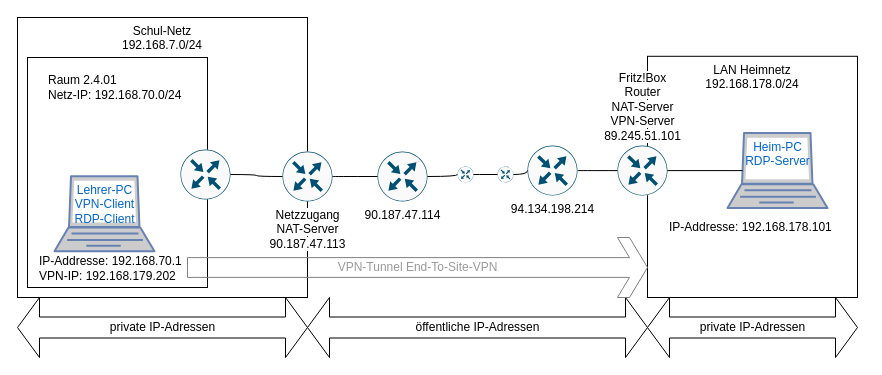
Earlier version of the draw.io diagram J01_LF3/02/Tafelbilder.drawio (9hax/Berufsschule-Mitschriften). Source tidied: cells renumbered, new cells numbered last; positions are measured from the earlier drawing's top-left corner, leaving out a move shared by most shapes. Both pictures are drawn from the tidied source at 100%, with x=0, y=0 at pixel (17, 17).
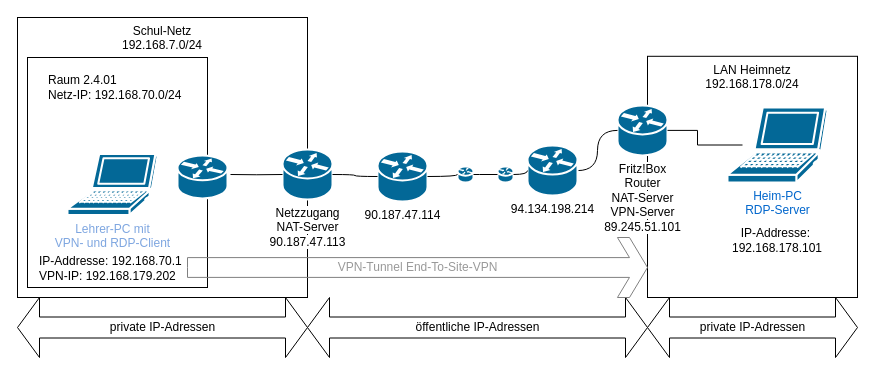
After the change.

The edit, as a diff of the source:
```diff
@@
-    <mxCell id="4" value="Lehrer-PC&lt;br&gt;VPN-Client&lt;div&gt;RDP-Client&lt;/div&gt;" style="fontColor=#0066CC;verticalAlign=top;verticalLabelPosition=middle;labelPosition=center;align=center;html=1;fillColor=#CCCCCC;strokeColor=#6881B3;gradientColor=none;gradientDirection=north;strokeWidth=2;shape=mxgraph.networks.laptop;" parent="1" vertex="1">
-      <mxGeometry x="37" y="158.8" width="100" height="75" as="geometry" />
-    </mxCell>
@@
-    <mxCell id="8" value="Heim-PC&lt;div&gt;RDP-Server&lt;/div&gt;" style="fontColor=#0066CC;verticalAlign=top;verticalLabelPosition=middle;labelPosition=center;align=center;html=1;outlineConnect=0;fillColor=#CCCCCC;strokeColor=#6881B3;gradientColor=none;gradientDirection=north;strokeWidth=2;shape=mxgraph.networks.laptop;" parent="1" vertex="1">
-      <mxGeometry x="710" y="115.6" width="100" height="75" as="geometry" />
+    <mxCell id="8" value="Heim-PC&lt;div&gt;RDP-Server&lt;/div&gt;" style="fontColor=#0066CC;verticalAlign=top;verticalLabelPosition=bottom;labelPosition=center;align=center;html=1;outlineConnect=0;fillColor=#036897;strokeColor=#ffffff;gradientColor=none;gradientDirection=north;strokeWidth=2;shape=mxgraph.cisco.computers_and_peripherals.laptop;sketch=0;dashed=0;" parent="1" vertex="1">
+      <mxGeometry x="710" y="90" width="100" height="75" as="geometry" />
     </mxCell>
-    <mxCell id="9" value="IP-Addresse: 192.168.178.101" style="text;html=1;align=left;verticalAlign=middle;whiteSpace=wrap;rounded=0;" parent="1" vertex="1">
-      <mxGeometry x="650" y="197.5" width="174.2" height="25" as="geometry" />
+    <mxCell id="9" value="IP-Addresse:&amp;nbsp;&lt;div&gt;192.168.178.101&lt;/div&gt;" style="text;html=1;align=center;verticalAlign=middle;whiteSpace=wrap;rounded=0;" parent="1" vertex="1">
+      <mxGeometry x="672.9" y="210" width="174.2" height="25" as="geometry" />
     </mxCell>
-    <mxCell id="10" value="&lt;span style=&quot;background-color: rgb(255, 255, 255);&quot;&gt;Fritz!Box&lt;/span&gt;&lt;div&gt;&lt;span style=&quot;background-color: rgb(255, 255, 255);&quot;&gt;Router&lt;/span&gt;&lt;/div&gt;&lt;div&gt;&lt;span style=&quot;background-color: rgb(255, 255, 255);&quot;&gt;NAT-Server&lt;br&gt;&lt;/span&gt;&lt;div&gt;&lt;span style=&quot;background-color: rgb(255, 255, 255);&quot;&gt;VPN-Server&lt;/span&gt;&lt;/div&gt;&lt;/div&gt;&lt;div&gt;&lt;span style=&quot;background-color: rgb(255, 255, 255);&quot;&gt;89.245.51.101&lt;/span&gt;&lt;/div&gt;" style="sketch=0;points=[[0.5,0,0],[1,0.5,0],[0.5,1,0],[0,0.5,0],[0.145,0.145,0],[0.8555,0.145,0],[0.855,0.8555,0],[0.145,0.855,0]];verticalLabelPosition=top;html=1;verticalAlign=bottom;align=center;shape=mxgraph.cisco19.rect;prIcon=router;fillColor=#FAFAFA;strokeColor=#005073;labelPosition=center;" parent="1" vertex="1">
-      <mxGeometry x="600" y="128.1" width="50" height="50" as="geometry" />
+    <mxCell id="10" value="&lt;span style=&quot;background-color: rgb(255, 255, 255);&quot;&gt;Fritz!Box&lt;/span&gt;&lt;div&gt;&lt;span style=&quot;background-color: rgb(255, 255, 255);&quot;&gt;Router&lt;/span&gt;&lt;/div&gt;&lt;div&gt;&lt;span style=&quot;background-color: rgb(255, 255, 255);&quot;&gt;NAT-Server&lt;br&gt;&lt;/span&gt;&lt;div&gt;&lt;span style=&quot;background-color: rgb(255, 255, 255);&quot;&gt;VPN-Server&lt;/span&gt;&lt;/div&gt;&lt;/div&gt;&lt;div&gt;&lt;span style=&quot;background-color: rgb(255, 255, 255);&quot;&gt;89.245.51.101&lt;/span&gt;&lt;/div&gt;" style="sketch=0;verticalLabelPosition=bottom;html=1;verticalAlign=top;align=center;shape=mxgraph.cisco.routers.router;prIcon=router;fillColor=#036897;strokeColor=#ffffff;labelPosition=center;dashed=0;strokeWidth=2;outlineConnect=0;" parent="1" vertex="1">
+      <mxGeometry x="600" y="87.9" width="50" height="50" as="geometry" />
     </mxCell>
@@
-    <mxCell id="12" style="sketch=0;points=[[0.5,0,0],[1,0.5,0],[0.5,1,0],[0,0.5,0],[0.145,0.145,0],[0.8555,0.145,0],[0.855,0.8555,0],[0.145,0.855,0]];verticalLabelPosition=bottom;html=1;verticalAlign=top;align=center;shape=mxgraph.cisco19.rect;prIcon=router;fillColor=#FAFAFA;strokeColor=#005073;" parent="1" vertex="1">
-      <mxGeometry x="163" y="132" width="50" height="50" as="geometry" />
-    </mxCell>
-    <mxCell id="13" value="&lt;span style=&quot;background-color: rgb(255, 255, 255);&quot;&gt;Netzzugang&lt;/span&gt;&lt;div&gt;&lt;span style=&quot;background-color: rgb(255, 255, 255);&quot;&gt;NAT-Server&lt;/span&gt;&lt;/div&gt;&lt;div&gt;&lt;span style=&quot;background-color: rgb(255, 255, 255);&quot;&gt;90.187.47.113&lt;/span&gt;&lt;/div&gt;" style="sketch=0;points=[[0.5,0,0],[1,0.5,0],[0.5,1,0],[0,0.5,0],[0.145,0.145,0],[0.8555,0.145,0],[0.855,0.8555,0],[0.145,0.855,0]];verticalLabelPosition=bottom;html=1;verticalAlign=top;align=center;shape=mxgraph.cisco19.rect;prIcon=router;fillColor=#FAFAFA;strokeColor=#005073;" parent="1" vertex="1">
-      <mxGeometry x="265" y="134" width="50" height="50" as="geometry" />
+    <mxCell id="13" value="&lt;span style=&quot;background-color: rgb(255, 255, 255);&quot;&gt;Netzzugang&lt;/span&gt;&lt;div&gt;&lt;span style=&quot;background-color: rgb(255, 255, 255);&quot;&gt;NAT-Server&lt;/span&gt;&lt;/div&gt;&lt;div&gt;&lt;span style=&quot;background-color: rgb(255, 255, 255);&quot;&gt;90.187.47.113&lt;/span&gt;&lt;/div&gt;" style="sketch=0;verticalLabelPosition=bottom;html=1;verticalAlign=top;align=center;shape=mxgraph.cisco.routers.router;prIcon=router;fillColor=#036897;strokeColor=#ffffff;dashed=0;strokeWidth=2;outlineConnect=0;" parent="1" vertex="1">
+      <mxGeometry x="265" y="132" width="50" height="50" as="geometry" />
     </mxCell>
@@
-    <mxCell id="15" value="94.134.198.214" style="sketch=0;points=[[0.5,0,0],[1,0.5,0],[0.5,1,0],[0,0.5,0],[0.145,0.145,0],[0.8555,0.145,0],[0.855,0.8555,0],[0.145,0.855,0]];verticalLabelPosition=bottom;html=1;verticalAlign=top;align=center;shape=mxgraph.cisco19.rect;prIcon=router;fillColor=#FAFAFA;strokeColor=#005073;" parent="1" vertex="1">
+    <mxCell id="15" value="94.134.198.214" style="sketch=0;verticalLabelPosition=bottom;html=1;verticalAlign=top;align=center;shape=mxgraph.cisco.routers.router;prIcon=router;fillColor=#036897;strokeColor=#ffffff;dashed=0;strokeWidth=2;outlineConnect=0;" parent="1" vertex="1">
       <mxGeometry x="510" y="128.1" width="50" height="50" as="geometry" />
     </mxCell>
-    <mxCell id="16" style="sketch=0;points=[[0.5,0,0],[1,0.5,0],[0.5,1,0],[0,0.5,0],[0.145,0.145,0],[0.8555,0.145,0],[0.855,0.8555,0],[0.145,0.855,0]];verticalLabelPosition=bottom;html=1;verticalAlign=top;align=center;shape=mxgraph.cisco19.rect;prIcon=router;fillColor=#FAFAFA;strokeColor=#005073;" parent="1" vertex="1">
+    <mxCell id="16" style="sketch=0;verticalLabelPosition=bottom;html=1;verticalAlign=top;align=center;shape=mxgraph.cisco.routers.router;prIcon=router;fillColor=#036897;strokeColor=#ffffff;dashed=0;strokeWidth=2;outlineConnect=0;" parent="1" vertex="1">
       <mxGeometry x="440" y="149" width="16" height="16" as="geometry" />
     </mxCell>
-    <mxCell id="17" style="sketch=0;points=[[0.5,0,0],[1,0.5,0],[0.5,1,0],[0,0.5,0],[0.145,0.145,0],[0.8555,0.145,0],[0.855,0.8555,0],[0.145,0.855,0]];verticalLabelPosition=bottom;html=1;verticalAlign=top;align=center;shape=mxgraph.cisco19.rect;prIcon=router;fillColor=#FAFAFA;strokeColor=#005073;" parent="1" vertex="1">
+    <mxCell id="17" style="sketch=0;verticalLabelPosition=bottom;html=1;verticalAlign=top;align=center;shape=mxgraph.cisco.routers.router;prIcon=router;fillColor=#036897;strokeColor=#ffffff;dashed=0;strokeWidth=2;outlineConnect=0;" parent="1" vertex="1">
       <mxGeometry x="480" y="149" width="16" height="16" as="geometry" />
     </mxCell>
-    <mxCell id="18" value="&lt;div&gt;&lt;span style=&quot;background-color: rgb(255, 255, 255);&quot;&gt;90.187.47.114&lt;/span&gt;&lt;/div&gt;" style="sketch=0;points=[[0.5,0,0],[1,0.5,0],[0.5,1,0],[0,0.5,0],[0.145,0.145,0],[0.8555,0.145,0],[0.855,0.8555,0],[0.145,0.855,0]];verticalLabelPosition=bottom;html=1;verticalAlign=top;align=center;shape=mxgraph.cisco19.rect;prIcon=router;fillColor=#FAFAFA;strokeColor=#005073;" parent="1" vertex="1">
+    <mxCell id="18" value="&lt;div&gt;&lt;span style=&quot;background-color: rgb(255, 255, 255);&quot;&gt;90.187.47.114&lt;/span&gt;&lt;/div&gt;" style="sketch=0;verticalLabelPosition=bottom;html=1;verticalAlign=top;align=center;shape=mxgraph.cisco.routers.router;prIcon=router;fillColor=#036897;strokeColor=#ffffff;dashed=0;strokeWidth=2;outlineConnect=0;" parent="1" vertex="1">
       <mxGeometry x="360" y="134" width="50" height="50" as="geometry" />
     </mxCell>
@@
-    <mxCell id="22" style="edgeStyle=orthogonalEdgeStyle;rounded=0;jettySize=auto;html=1;exitX=1;exitY=0.5;exitDx=0;exitDy=0;exitPerimeter=0;entryX=0;entryY=0.5;entryDx=0;entryDy=0;entryPerimeter=0;endArrow=none;endFill=0;curved=1;" parent="1" edge="1" source="12" target="13">
-      <mxGeometry relative="1" as="geometry" />
+    <mxCell id="22" style="edgeStyle=orthogonalEdgeStyle;rounded=0;jettySize=auto;html=1;exitX=1;exitY=0.5;exitDx=0;exitDy=0;exitPerimeter=0;entryX=0;entryY=0.5;entryDx=0;entryDy=0;entryPerimeter=0;endArrow=none;endFill=0;curved=1;" parent="1" edge="1" target="13">
+      <mxGeometry relative="1" as="geometry">
+        <mxPoint x="213" y="157" as="sourcePoint" />
+      </mxGeometry>
     </mxCell>
@@
+    <mxCell id="28" value="Lehrer-PC mit &lt;br&gt;VPN- und RDP-Client" style="shape=mxgraph.cisco.computers_and_peripherals.laptop;sketch=0;html=1;dashed=0;fillColor=#036897;strokeColor=#ffffff;strokeWidth=2;verticalLabelPosition=bottom;verticalAlign=top;align=center;fontColor=#7EA6E0;" parent="1" vertex="1">
+      <mxGeometry x="50" y="136.5" width="90" height="61" as="geometry" />
+    </mxCell>
+    <mxCell id="29" style="shape=mxgraph.cisco.routers.router;sketch=0;html=1;dashed=0;fillColor=#036897;strokeColor=#ffffff;strokeWidth=2;verticalLabelPosition=bottom;verticalAlign=top;align=center;" parent="1" vertex="1">
+      <mxGeometry x="160" y="137.9" width="50" height="43" as="geometry" />
+    </mxCell>
```
